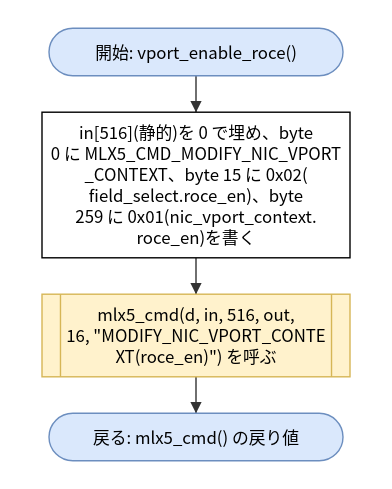
Earlier version of the draw.io export doc/spec/images/flow_src_mlx5_hca-vport_enable_roce.drawio.svg (hf355051012-ai/bfmem). Source tidied: cells renumbered, new cells last; positions are measured from the earlier drawing's top-left corner, leaving out a move shared by most shapes. The source it was exported from:
```xml
<mxGraphModel>
  <root>
    <mxCell id="0" />
    <mxCell id="1" parent="0" />
    <mxCell id="2" value="開始: vport_enable_roce()" style="rounded=1;arcSize=50;whiteSpace=wrap;html=1;fillColor=#dae8fc;strokeColor=#6c8ebf;" parent="1" vertex="1">
      <mxGeometry x="5" width="210" height="34" as="geometry" />
    </mxCell>
    <mxCell id="3" value="in[516](静的)を 0 で埋め、byte&lt;br&gt;0 に MLX5_CMD_MODIFY_NIC_VPORT&lt;br&gt;_CONTEXT、byte 15 に 0x02(&lt;br&gt;field_select.roce_en)、byte&lt;br&gt;259 に 0x01(nic_vport_context.&lt;br&gt;roce_en)を書く" style="rounded=0;whiteSpace=wrap;html=1;" parent="1" vertex="1">
      <mxGeometry y="60" width="220" height="104" as="geometry" />
    </mxCell>
    <mxCell id="4" value="mlx5_cmd(d, in, 516, out,&lt;br&gt;16, &amp;quot;MODIFY_NIC_VPORT_CONTE&lt;br&gt;XT(roce_en)&amp;quot;) を呼ぶ" style="shape=process;whiteSpace=wrap;html=1;backgroundOutline=1;size=0.06;fillColor=#fff2cc;strokeColor=#d6b656;" parent="1" vertex="1">
      <mxGeometry y="190" width="220" height="59" as="geometry" />
    </mxCell>
    <mxCell id="5" value="戻る: mlx5_cmd() の戻り値" style="rounded=1;arcSize=50;whiteSpace=wrap;html=1;fillColor=#dae8fc;strokeColor=#6c8ebf;" parent="1" vertex="1">
      <mxGeometry x="5" y="275" width="210" height="34" as="geometry" />
    </mxCell>
    <mxCell id="6" style="edgeStyle=none;html=1;rounded=0;endArrow=block;endFill=1;exitX=0.5000;exitY=1.0000;exitDx=0;exitDy=0;exitPerimeter=0;entryX=0.5000;entryY=0.0000;entryDx=0;entryDy=0;entryPerimeter=0;" parent="1" edge="1" source="2" target="3">
      <mxGeometry relative="1" as="geometry" />
    </mxCell>
    <mxCell id="7" style="edgeStyle=none;html=1;rounded=0;endArrow=block;endFill=1;exitX=0.5000;exitY=1.0000;exitDx=0;exitDy=0;exitPerimeter=0;entryX=0.5000;entryY=0.0000;entryDx=0;entryDy=0;entryPerimeter=0;" parent="1" edge="1" source="3" target="4">
      <mxGeometry relative="1" as="geometry" />
    </mxCell>
    <mxCell id="8" style="edgeStyle=none;html=1;rounded=0;endArrow=block;endFill=1;exitX=0.5000;exitY=1.0000;exitDx=0;exitDy=0;exitPerimeter=0;entryX=0.5000;entryY=0.0000;entryDx=0;entryDy=0;entryPerimeter=0;" parent="1" edge="1" source="4" target="5">
      <mxGeometry relative="1" as="geometry" />
    </mxCell>
  </root>
</mxGraphModel>
```
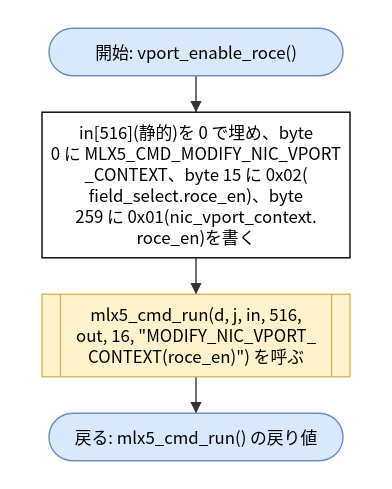
After the change.

The edit, as a diff of the source:
```diff
@@ -8,10 +8,10 @@
     <mxCell id="3" value="in[516](静的)を 0 で埋め、byte&lt;br&gt;0 に MLX5_CMD_MODIFY_NIC_VPORT&lt;br&gt;_CONTEXT、byte 15 に 0x02(&lt;br&gt;field_select.roce_en)、byte&lt;br&gt;259 に 0x01(nic_vport_context.&lt;br&gt;roce_en)を書く" style="rounded=0;whiteSpace=wrap;html=1;" parent="1" vertex="1">
       <mxGeometry y="60" width="220" height="104" as="geometry" />
     </mxCell>
-    <mxCell id="4" value="mlx5_cmd(d, in, 516, out,&lt;br&gt;16, &amp;quot;MODIFY_NIC_VPORT_CONTE&lt;br&gt;XT(roce_en)&amp;quot;) を呼ぶ" style="shape=process;whiteSpace=wrap;html=1;backgroundOutline=1;size=0.06;fillColor=#fff2cc;strokeColor=#d6b656;" parent="1" vertex="1">
+    <mxCell id="4" value="mlx5_cmd_run(d, j, in, 516,&lt;br&gt;out, 16, &amp;quot;MODIFY_NIC_VPORT_&lt;br&gt;CONTEXT(roce_en)&amp;quot;) を呼ぶ" style="shape=process;whiteSpace=wrap;html=1;backgroundOutline=1;size=0.06;fillColor=#fff2cc;strokeColor=#d6b656;" parent="1" vertex="1">
       <mxGeometry y="190" width="220" height="59" as="geometry" />
     </mxCell>
-    <mxCell id="5" value="戻る: mlx5_cmd() の戻り値" style="rounded=1;arcSize=50;whiteSpace=wrap;html=1;fillColor=#dae8fc;strokeColor=#6c8ebf;" parent="1" vertex="1">
+    <mxCell id="5" value="戻る: mlx5_cmd_run() の戻り値" style="rounded=1;arcSize=50;whiteSpace=wrap;html=1;fillColor=#dae8fc;strokeColor=#6c8ebf;" parent="1" vertex="1">
       <mxGeometry x="5" y="275" width="210" height="34" as="geometry" />
     </mxCell>
     <mxCell id="6" style="edgeStyle=none;html=1;rounded=0;endArrow=block;endFill=1;exitX=0.5000;exitY=1.0000;exitDx=0;exitDy=0;exitPerimeter=0;entryX=0.5000;entryY=0.0000;entryDx=0;entryDy=0;entryPerimeter=0;" parent="1" edge="1" source="2" target="3">
```
